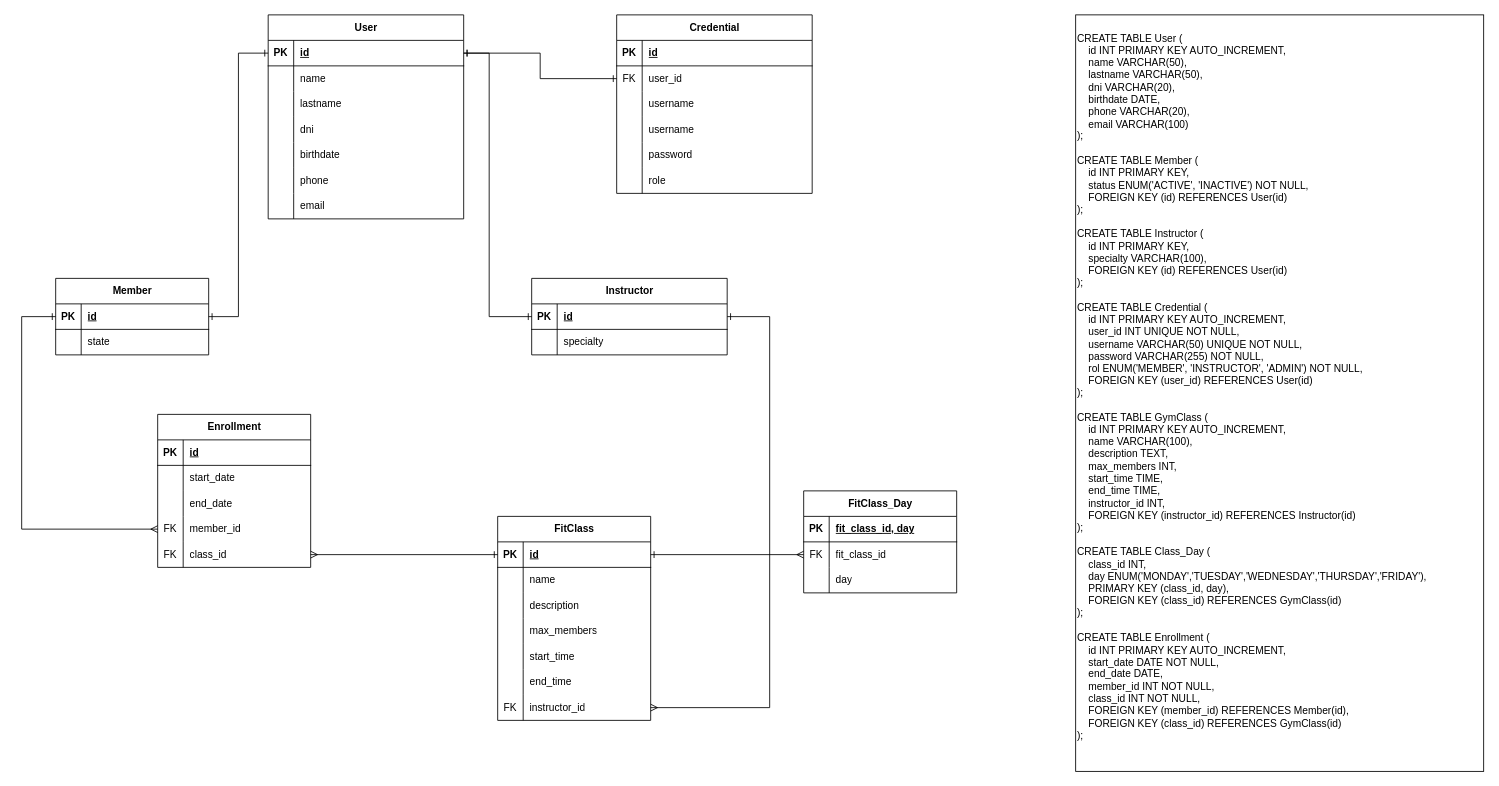
The draw.io diagram documentacion/diagrama-der.drawio in MatyBene/API-Centro-Deportivo, before the edit. Source tidied: cells renumbered, new cells numbered last; positions are measured from the earlier drawing's top-left corner, leaving out a move shared by most shapes. Both pictures are drawn from the tidied source at 85%, with x=0, y=0 at pixel (21, 14).
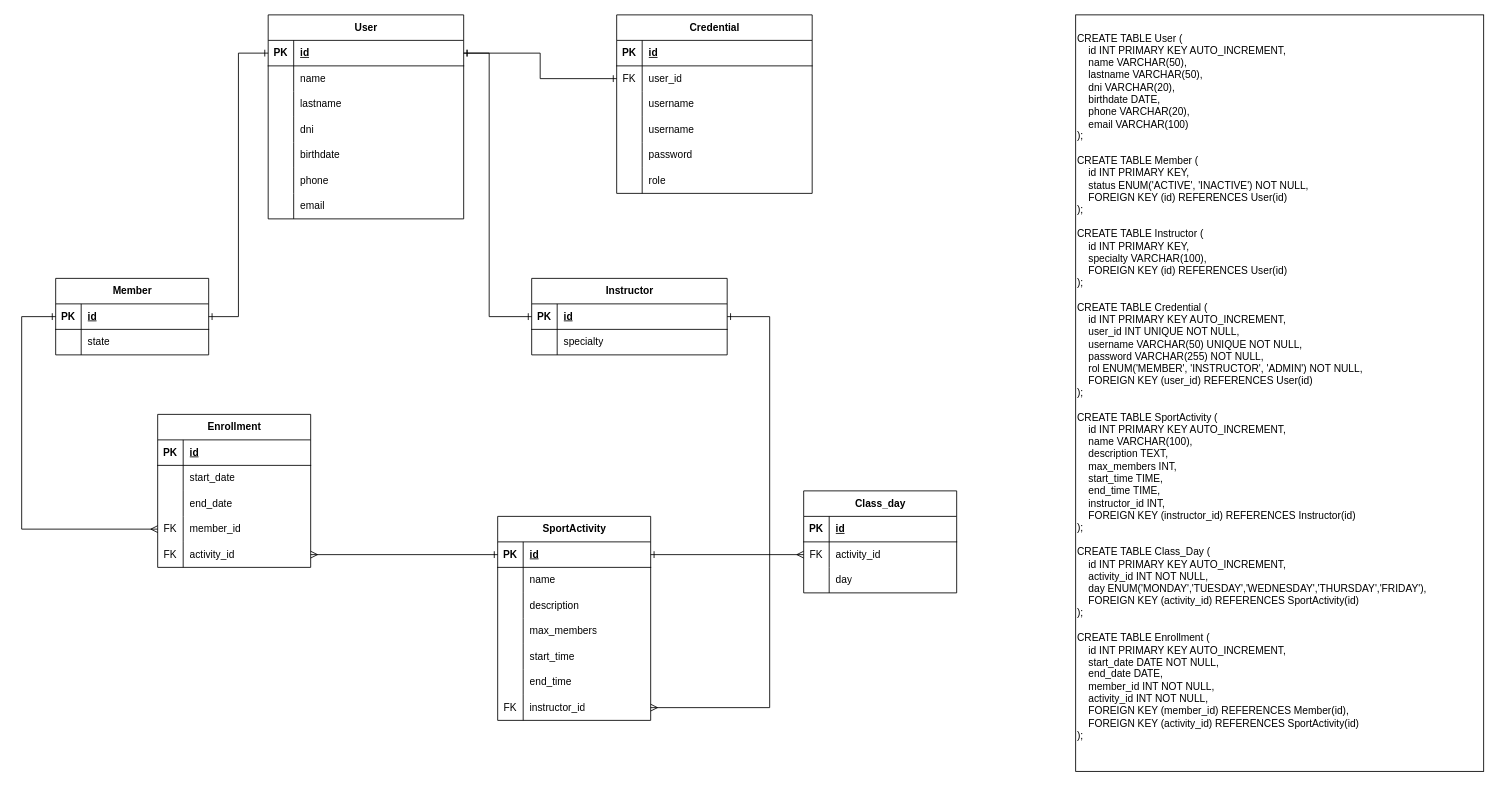
Above is the later version.

Commit message (it also covers changes not shown here):
agrega cambios a DER y diagrama de clases

Unchanged cells that the change refers to:
```xml
<mxCell id="70" style="shape=tableRow;horizontal=0;startSize=0;swimlaneHead=0;swimlaneBody=0;fillColor=none;points=[[0,0.5],[1,0.5]];portConstraint=eastwest;top=0;left=0;right=0;bottom=0;" parent="57" vertex="1">
  <mxGeometry y="150" width="180" height="30" as="geometry" />
</mxCell>
<mxCell id="104" style="shape=tableRow;horizontal=0;startSize=0;swimlaneHead=0;swimlaneBody=0;fillColor=none;top=0;left=0;right=0;bottom=1;" parent="103" vertex="1">
  <mxGeometry y="30" width="180" height="30" as="geometry" />
</mxCell>
<mxCell id="107" style="shape=tableRow;horizontal=0;startSize=0;swimlaneHead=0;swimlaneBody=0;fillColor=none;points=[[0,0.5],[1,0.5]];portConstraint=eastwest;top=0;left=0;right=0;bottom=0;" parent="103" vertex="1">
  <mxGeometry y="60" width="180" height="30" as="geometry" />
</mxCell>
```

Change to the diagram source:
```diff
@@
-    <mxCell id="72" value="class_id" style="shape=partialRectangle;fillColor=none;top=0;left=0;bottom=0;right=0;align=left;spacingLeft=6;overflow=hidden;whiteSpace=wrap;html=1;" parent="70" vertex="1">
+    <mxCell id="72" value="activity_id" style="shape=partialRectangle;fillColor=none;top=0;left=0;bottom=0;right=0;align=left;spacingLeft=6;overflow=hidden;whiteSpace=wrap;html=1;" parent="70" vertex="1">
       <mxGeometry x="30" width="150" height="30" as="geometry" />
     </mxCell>
-    <mxCell id="73" value="FitClass" style="shape=table;startSize=30;childLayout=tableLayout;rowLines=0;fontStyle=1;align=center;html=1;" parent="1" vertex="1">
+    <mxCell id="73" value="SportActivity" style="shape=table;startSize=30;childLayout=tableLayout;rowLines=0;fontStyle=1;align=center;html=1;" parent="1" vertex="1">
       <mxGeometry x="560" y="590" width="180" height="240" as="geometry" />
     </mxCell>
@@
-    <mxCell id="102" value="&lt;div&gt;&lt;div&gt;CREATE TABLE User (&lt;/div&gt;&lt;div&gt;&amp;nbsp; &amp;nbsp; id INT PRIMARY KEY AUTO_INCREMENT,&lt;/div&gt;&lt;div&gt;&amp;nbsp; &amp;nbsp; name VARCHAR(50),&lt;/div&gt;&lt;div&gt;&amp;nbsp; &amp;nbsp; lastname VARCHAR(50),&lt;/div&gt;&lt;div&gt;&amp;nbsp; &amp;nbsp; dni VARCHAR(20),&lt;/div&gt;&lt;div&gt;&amp;nbsp; &amp;nbsp; birthdate DATE,&lt;/div&gt;&lt;div&gt;&amp;nbsp; &amp;nbsp; phone VARCHAR(20),&lt;/div&gt;&lt;div&gt;&amp;nbsp; &amp;nbsp; email VARCHAR(100)&lt;/div&gt;&lt;div&gt;);&lt;/div&gt;&lt;div&gt;&lt;br&gt;&lt;/div&gt;&lt;div&gt;CREATE TABLE Member (&lt;/div&gt;&lt;div&gt;&amp;nbsp; &amp;nbsp; id INT PRIMARY KEY,&lt;/div&gt;&lt;div&gt;&amp;nbsp; &amp;nbsp; status ENUM('ACTIVE', 'INACTIVE') NOT NULL,&lt;/div&gt;&lt;div&gt;&amp;nbsp; &amp;nbsp; FOREIGN KEY (id) REFERENCES User(id)&lt;/div&gt;&lt;div&gt;);&lt;/div&gt;&lt;div&gt;&lt;br&gt;&lt;/div&gt;&lt;div&gt;CREATE TABLE Instructor (&lt;/div&gt;&lt;div&gt;&amp;nbsp; &amp;nbsp; id INT PRIMARY KEY,&lt;/div&gt;&lt;div&gt;&amp;nbsp; &amp;nbsp; specialty VARCHAR(100),&lt;/div&gt;&lt;div&gt;&amp;nbsp; &amp;nbsp; FOREIGN KEY (id) REFERENCES User(id)&lt;/div&gt;&lt;div&gt;);&lt;/div&gt;&lt;div&gt;&lt;br&gt;&lt;/div&gt;&lt;div&gt;CREATE TABLE Credential (&lt;/div&gt;&lt;div&gt;&amp;nbsp; &amp;nbsp; id INT PRIMARY KEY AUTO_INCREMENT,&lt;/div&gt;&lt;div&gt;&amp;nbsp; &amp;nbsp; user_id INT UNIQUE NOT NULL,&lt;/div&gt;&lt;div&gt;&amp;nbsp; &amp;nbsp; username VARCHAR(50) UNIQUE NOT NULL,&lt;/div&gt;&lt;div&gt;&amp;nbsp; &amp;nbsp; password VARCHAR(255) NOT NULL,&lt;/div&gt;&lt;div&gt;&amp;nbsp; &amp;nbsp; rol ENUM('MEMBER', 'INSTRUCTOR', 'ADMIN') NOT NULL,&lt;/div&gt;&lt;div&gt;&amp;nbsp; &amp;nbsp; FOREIGN KEY (user_id) REFERENCES User(id)&lt;/div&gt;&lt;div&gt;);&lt;/div&gt;&lt;div&gt;&lt;br&gt;&lt;/div&gt;&lt;div&gt;CREATE TABLE GymClass (&lt;/div&gt;&lt;div&gt;&amp;nbsp; &amp;nbsp; id INT PRIMARY KEY AUTO_INCREMENT,&lt;/div&gt;&lt;div&gt;&amp;nbsp; &amp;nbsp; name VARCHAR(100),&lt;/div&gt;&lt;div&gt;&amp;nbsp; &amp;nbsp; description TEXT,&lt;/div&gt;&lt;div&gt;&amp;nbsp; &amp;nbsp; max_members INT,&lt;/div&gt;&lt;div&gt;&amp;nbsp; &amp;nbsp; start_time TIME,&lt;/div&gt;&lt;div&gt;&amp;nbsp; &amp;nbsp; end_time TIME,&lt;/div&gt;&lt;div&gt;&amp;nbsp; &amp;nbsp; instructor_id INT,&lt;/div&gt;&lt;div&gt;&amp;nbsp; &amp;nbsp; FOREIGN KEY (instructor_id) REFERENCES Instructor(id)&lt;/div&gt;&lt;div&gt;);&lt;/div&gt;&lt;div&gt;&lt;br&gt;&lt;/div&gt;&lt;div&gt;CREATE TABLE Class_Day (&lt;/div&gt;&lt;div&gt;&amp;nbsp; &amp;nbsp; class_id INT,&lt;/div&gt;&lt;div&gt;&amp;nbsp; &amp;nbsp; day ENUM('MONDAY','TUESDAY','WEDNESDAY','THURSDAY','FRIDAY'),&lt;/div&gt;&lt;div&gt;&amp;nbsp; &amp;nbsp; PRIMARY KEY (class_id, day),&lt;/div&gt;&lt;div&gt;&amp;nbsp; &amp;nbsp; FOREIGN KEY (class_id) REFERENCES GymClass(id)&lt;/div&gt;&lt;div&gt;);&lt;/div&gt;&lt;div&gt;&lt;br&gt;&lt;/div&gt;&lt;div&gt;CREATE TABLE Enrollment (&lt;/div&gt;&lt;div&gt;&amp;nbsp; &amp;nbsp; id INT PRIMARY KEY AUTO_INCREMENT,&lt;/div&gt;&lt;div&gt;&amp;nbsp; &amp;nbsp; start_date DATE NOT NULL,&lt;/div&gt;&lt;div&gt;&amp;nbsp; &amp;nbsp; end_date DATE,&lt;/div&gt;&lt;div&gt;&amp;nbsp; &amp;nbsp; member_id INT NOT NULL,&lt;/div&gt;&lt;div&gt;&amp;nbsp; &amp;nbsp; class_id INT NOT NULL,&lt;/div&gt;&lt;div&gt;&amp;nbsp; &amp;nbsp; FOREIGN KEY (member_id) REFERENCES Member(id),&lt;/div&gt;&lt;div&gt;&amp;nbsp; &amp;nbsp; FOREIGN KEY (class_id) REFERENCES GymClass(id)&lt;/div&gt;&lt;div&gt;);&lt;/div&gt;&lt;/div&gt;&lt;div&gt;&lt;br&gt;&lt;/div&gt;" style="whiteSpace=wrap;html=1;align=left;" parent="1" vertex="1">
+    <mxCell id="102" value="&lt;div&gt;&lt;div&gt;CREATE TABLE User (&lt;/div&gt;&lt;div&gt;&amp;nbsp; &amp;nbsp; id INT PRIMARY KEY AUTO_INCREMENT,&lt;/div&gt;&lt;div&gt;&amp;nbsp; &amp;nbsp; name VARCHAR(50),&lt;/div&gt;&lt;div&gt;&amp;nbsp; &amp;nbsp; lastname VARCHAR(50),&lt;/div&gt;&lt;div&gt;&amp;nbsp; &amp;nbsp; dni VARCHAR(20),&lt;/div&gt;&lt;div&gt;&amp;nbsp; &amp;nbsp; birthdate DATE,&lt;/div&gt;&lt;div&gt;&amp;nbsp; &amp;nbsp; phone VARCHAR(20),&lt;/div&gt;&lt;div&gt;&amp;nbsp; &amp;nbsp; email VARCHAR(100)&lt;/div&gt;&lt;div&gt;);&lt;/div&gt;&lt;div&gt;&lt;br&gt;&lt;/div&gt;&lt;div&gt;CREATE TABLE Member (&lt;/div&gt;&lt;div&gt;&amp;nbsp; &amp;nbsp; id INT PRIMARY KEY,&lt;/div&gt;&lt;div&gt;&amp;nbsp; &amp;nbsp; status ENUM('ACTIVE', 'INACTIVE') NOT NULL,&lt;/div&gt;&lt;div&gt;&amp;nbsp; &amp;nbsp; FOREIGN KEY (id) REFERENCES User(id)&lt;/div&gt;&lt;div&gt;);&lt;/div&gt;&lt;div&gt;&lt;br&gt;&lt;/div&gt;&lt;div&gt;CREATE TABLE Instructor (&lt;/div&gt;&lt;div&gt;&amp;nbsp; &amp;nbsp; id INT PRIMARY KEY,&lt;/div&gt;&lt;div&gt;&amp;nbsp; &amp;nbsp; specialty VARCHAR(100),&lt;/div&gt;&lt;div&gt;&amp;nbsp; &amp;nbsp; FOREIGN KEY (id) REFERENCES User(id)&lt;/div&gt;&lt;div&gt;);&lt;/div&gt;&lt;div&gt;&lt;br&gt;&lt;/div&gt;&lt;div&gt;CREATE TABLE Credential (&lt;/div&gt;&lt;div&gt;&amp;nbsp; &amp;nbsp; id INT PRIMARY KEY AUTO_INCREMENT,&lt;/div&gt;&lt;div&gt;&amp;nbsp; &amp;nbsp; user_id INT UNIQUE NOT NULL,&lt;/div&gt;&lt;div&gt;&amp;nbsp; &amp;nbsp; username VARCHAR(50) UNIQUE NOT NULL,&lt;/div&gt;&lt;div&gt;&amp;nbsp; &amp;nbsp; password VARCHAR(255) NOT NULL,&lt;/div&gt;&lt;div&gt;&amp;nbsp; &amp;nbsp; rol ENUM('MEMBER', 'INSTRUCTOR', 'ADMIN') NOT NULL,&lt;/div&gt;&lt;div&gt;&amp;nbsp; &amp;nbsp; FOREIGN KEY (user_id) REFERENCES User(id)&lt;/div&gt;&lt;div&gt;);&lt;/div&gt;&lt;div&gt;&lt;br&gt;&lt;/div&gt;&lt;div&gt;CREATE TABLE SportActivity (&lt;/div&gt;&lt;div&gt;&amp;nbsp; &amp;nbsp; id INT PRIMARY KEY AUTO_INCREMENT,&lt;/div&gt;&lt;div&gt;&amp;nbsp; &amp;nbsp; name VARCHAR(100),&lt;/div&gt;&lt;div&gt;&amp;nbsp; &amp;nbsp; description TEXT,&lt;/div&gt;&lt;div&gt;&amp;nbsp; &amp;nbsp; max_members INT,&lt;/div&gt;&lt;div&gt;&amp;nbsp; &amp;nbsp; start_time TIME,&lt;/div&gt;&lt;div&gt;&amp;nbsp; &amp;nbsp; end_time TIME,&lt;/div&gt;&lt;div&gt;&amp;nbsp; &amp;nbsp; instructor_id INT,&lt;/div&gt;&lt;div&gt;&amp;nbsp; &amp;nbsp; FOREIGN KEY (instructor_id) REFERENCES Instructor(id)&lt;/div&gt;&lt;div&gt;);&lt;/div&gt;&lt;div&gt;&lt;br&gt;&lt;/div&gt;&lt;div&gt;CREATE TABLE Class_Day (&lt;/div&gt;&lt;div&gt;&amp;nbsp; &amp;nbsp; id INT PRIMARY KEY AUTO_INCREMENT,&lt;/div&gt;&lt;div&gt;&amp;nbsp; &amp;nbsp; activity_id INT NOT NULL,&lt;/div&gt;&lt;div&gt;&amp;nbsp; &amp;nbsp; day ENUM('MONDAY','TUESDAY','WEDNESDAY','THURSDAY','FRIDAY'),&lt;/div&gt;&lt;div&gt;&amp;nbsp; &amp;nbsp; FOREIGN KEY (activity_id) REFERENCES SportActivity(id)&lt;/div&gt;&lt;div&gt;);&lt;/div&gt;&lt;div&gt;&lt;br&gt;&lt;/div&gt;&lt;div&gt;CREATE TABLE Enrollment (&lt;/div&gt;&lt;div&gt;&amp;nbsp; &amp;nbsp; id INT PRIMARY KEY AUTO_INCREMENT,&lt;/div&gt;&lt;div&gt;&amp;nbsp; &amp;nbsp; start_date DATE NOT NULL,&lt;/div&gt;&lt;div&gt;&amp;nbsp; &amp;nbsp; end_date DATE,&lt;/div&gt;&lt;div&gt;&amp;nbsp; &amp;nbsp; member_id INT NOT NULL,&lt;/div&gt;&lt;div&gt;&amp;nbsp; &amp;nbsp; activity_id INT NOT NULL,&lt;/div&gt;&lt;div&gt;&amp;nbsp; &amp;nbsp; FOREIGN KEY (member_id) REFERENCES Member(id),&lt;/div&gt;&lt;div&gt;&amp;nbsp; &amp;nbsp; FOREIGN KEY (activity_id) REFERENCES SportActivity(id)&lt;/div&gt;&lt;div&gt;);&lt;/div&gt;&lt;/div&gt;&lt;div&gt;&lt;br&gt;&lt;/div&gt;" style="whiteSpace=wrap;html=1;align=left;" parent="1" vertex="1">
       <mxGeometry x="1240" width="480" height="890" as="geometry" />
     </mxCell>
-    <mxCell id="103" value="FitClass_Day" style="shape=table;startSize=30;childLayout=tableLayout;rowLines=0;fontStyle=1;align=center;html=1;" parent="1" vertex="1">
+    <mxCell id="103" value="Class_day" style="shape=table;startSize=30;childLayout=tableLayout;rowLines=0;fontStyle=1;align=center;html=1;" parent="1" vertex="1">
       <mxGeometry x="920" y="560" width="180" height="120" as="geometry" />
     </mxCell>
@@
-    <mxCell id="106" value="fit_class_id, day" style="shape=partialRectangle;fillColor=none;top=0;left=0;bottom=0;right=0;align=left;spacingLeft=6;fontStyle=5;overflow=hidden;whiteSpace=wrap;html=1;" parent="104" vertex="1">
+    <mxCell id="106" value="id" style="shape=partialRectangle;fillColor=none;top=0;left=0;bottom=0;right=0;align=left;spacingLeft=6;fontStyle=5;overflow=hidden;whiteSpace=wrap;html=1;" parent="104" vertex="1">
       <mxGeometry x="30" width="150" height="30" as="geometry" />
     </mxCell>
@@
-    <mxCell id="109" value="fit_class_id" style="shape=partialRectangle;fillColor=none;top=0;left=0;bottom=0;right=0;align=left;spacingLeft=6;overflow=hidden;whiteSpace=wrap;html=1;" parent="107" vertex="1">
+    <mxCell id="109" value="activity_id" style="shape=partialRectangle;fillColor=none;top=0;left=0;bottom=0;right=0;align=left;spacingLeft=6;overflow=hidden;whiteSpace=wrap;html=1;" parent="107" vertex="1">
       <mxGeometry x="30" width="150" height="30" as="geometry" />
     </mxCell>
```
